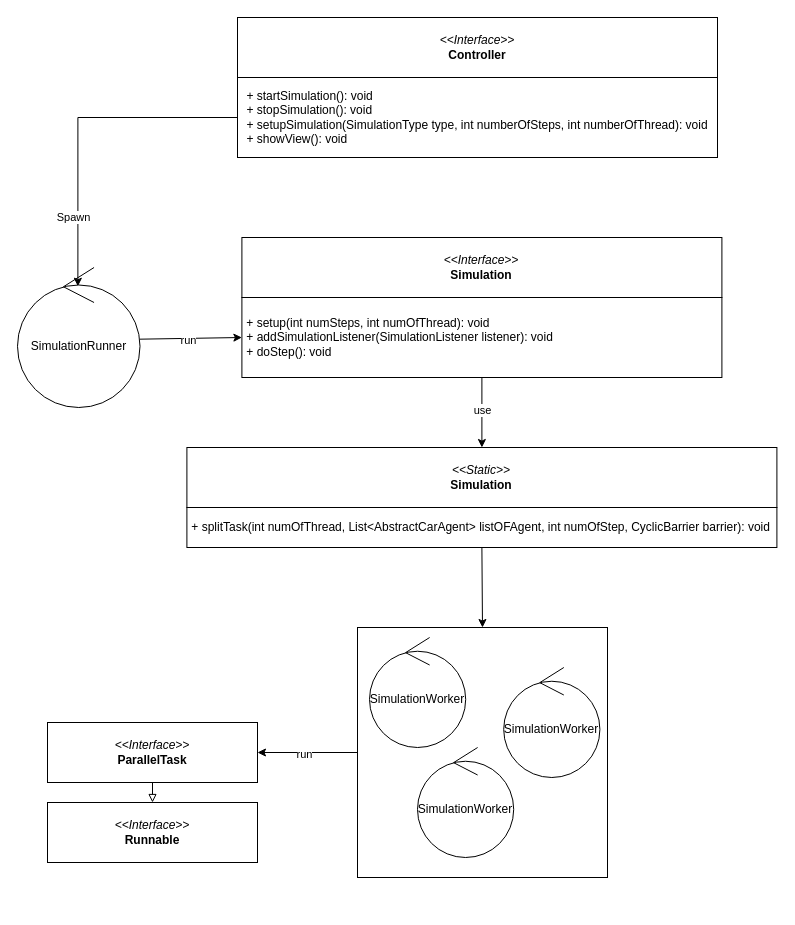
Above: PCD_ASS01.drawio in zucchero-sintattico/PCD-ASS02-23-24 (draw.io), before the change. Source tidied: cells renumbered, new cells numbered last; positions are measured from the earlier drawing's top-left corner, leaving out a move shared by most shapes. Both pictures are drawn from the tidied source at 100%, with x=0, y=0 at pixel (17, 17).
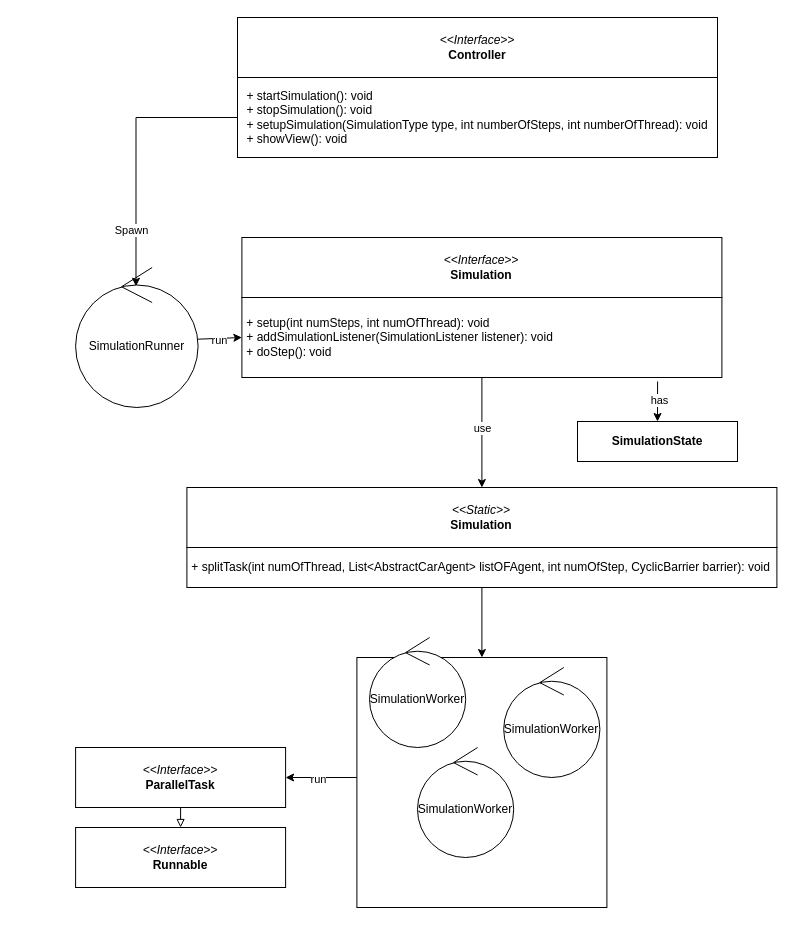
The same diagram, later.

The change refers to these unchanged cells:
```xml
<mxCell id="12" value="&lt;div style=&quot;&quot;&gt;&amp;nbsp;+ setup(int numSteps, int numOfThread): void&lt;br&gt;&lt;/div&gt;&lt;div style=&quot;&quot;&gt;&lt;div style=&quot;&quot;&gt;&amp;nbsp;+ addSimulationListener(SimulationListener listener): void&lt;/div&gt;&lt;div style=&quot;&quot;&gt;&lt;span style=&quot;background-color: initial;&quot;&gt;&amp;nbsp;+ doStep(): void&lt;/span&gt;&lt;br&gt;&lt;/div&gt;&lt;/div&gt;" style="rounded=0;whiteSpace=wrap;html=1;align=left;" parent="1" vertex="1">
  <mxGeometry x="224.4" y="280" width="480" height="80" as="geometry" />
</mxCell>
```

Change to the diagram source:
```diff
@@
     <mxCell id="6" value="SimulationRunner" style="ellipse;shape=umlControl;whiteSpace=wrap;html=1;" parent="1" vertex="1">
-      <mxGeometry y="250" width="122.5" height="140" as="geometry" />
+      <mxGeometry x="58.1" y="250" width="122.5" height="140" as="geometry" />
     </mxCell>
@@
+    <mxCell id="26" style="rounded=0;jettySize=auto;html=1;exitX=0.866;exitY=1.05;exitDx=0;exitDy=0;entryX=0.5;entryY=0;entryDx=0;entryDy=0;exitPerimeter=0;" parent="1" edge="1" source="12" target="28">
+      <mxGeometry relative="1" as="geometry" />
+    </mxCell>
+    <mxCell id="27" value="has" style="edgeLabel;html=1;align=center;verticalAlign=middle;" parent="26" vertex="1">
+      <mxGeometry x="-0.03" y="1" relative="1" as="geometry">
+        <mxPoint y="-1" as="offset" />
+      </mxGeometry>
+    </mxCell>
@@
     <mxCell id="13" value="&lt;i&gt;&amp;lt;&amp;lt;Static&amp;gt;&amp;gt;&lt;/i&gt;&lt;div&gt;&lt;b&gt;Simulation&lt;/b&gt;&lt;/div&gt;" style="rounded=0;whiteSpace=wrap;html=1;" parent="1" vertex="1">
-      <mxGeometry x="169.4" y="430" width="590" height="60" as="geometry" />
+      <mxGeometry x="169.4" y="470" width="590" height="60" as="geometry" />
     </mxCell>
     <mxCell id="14" value="&lt;div style=&quot;&quot;&gt;&amp;nbsp;+ splitTask(&lt;span style=&quot;background-color: initial;&quot;&gt;int numOfThread, List&amp;lt;AbstractCarAgent&amp;gt; listOFAgent, int numOfStep,&amp;nbsp;&lt;/span&gt;&lt;span style=&quot;background-color: initial;&quot;&gt;CyclicBarrier barrier&lt;/span&gt;): void&lt;/div&gt;" style="rounded=0;whiteSpace=wrap;html=1;align=left;" parent="1" vertex="1">
-      <mxGeometry x="169.4" y="490" width="590" height="40" as="geometry" />
+      <mxGeometry x="169.4" y="530" width="590" height="40" as="geometry" />
     </mxCell>
@@
-    <mxCell id="17" style="rounded=0;jettySize=auto;html=1;exitX=0;exitY=0.5;exitDx=0;exitDy=0;entryX=1;entryY=0.5;entryDx=0;entryDy=0;" parent="1" edge="1" source="19" target="24">
+    <mxCell id="17" style="rounded=0;jettySize=auto;html=1;exitX=0;exitY=0.48;exitDx=0;exitDy=0;entryX=1;entryY=0.5;entryDx=0;entryDy=0;exitPerimeter=0;" parent="1" edge="1" source="19" target="24">
       <mxGeometry relative="1" as="geometry" />
     </mxCell>
@@
     <mxCell id="19" style="whiteSpace=wrap;html=1;" parent="1" vertex="1">
-      <mxGeometry x="340" y="610" width="250" height="250" as="geometry" />
+      <mxGeometry x="339.4" y="640" width="250" height="250" as="geometry" />
     </mxCell>
@@
     <mxCell id="24" value="&lt;i&gt;&amp;lt;&amp;lt;Interface&amp;gt;&amp;gt;&lt;/i&gt;&lt;div&gt;&lt;b&gt;ParallelTask&lt;/b&gt;&lt;/div&gt;" style="rounded=0;whiteSpace=wrap;html=1;" parent="1" vertex="1">
-      <mxGeometry x="30" y="705" width="210" height="60" as="geometry" />
+      <mxGeometry x="58.1" y="730" width="210" height="60" as="geometry" />
     </mxCell>
     <mxCell id="25" value="&lt;i&gt;&amp;lt;&amp;lt;Interface&amp;gt;&amp;gt;&lt;/i&gt;&lt;div&gt;&lt;b&gt;Runnable&lt;/b&gt;&lt;/div&gt;" style="rounded=0;whiteSpace=wrap;html=1;" parent="1" vertex="1">
-      <mxGeometry x="30" y="785" width="210" height="60" as="geometry" />
+      <mxGeometry x="58.1" y="810" width="210" height="60" as="geometry" />
     </mxCell>
+    <mxCell id="28" value="&lt;div&gt;&lt;b&gt;SimulationState&lt;/b&gt;&lt;/div&gt;" style="rounded=0;whiteSpace=wrap;html=1;" parent="1" vertex="1">
+      <mxGeometry x="560" y="404" width="160" height="40" as="geometry" />
+    </mxCell>
```
